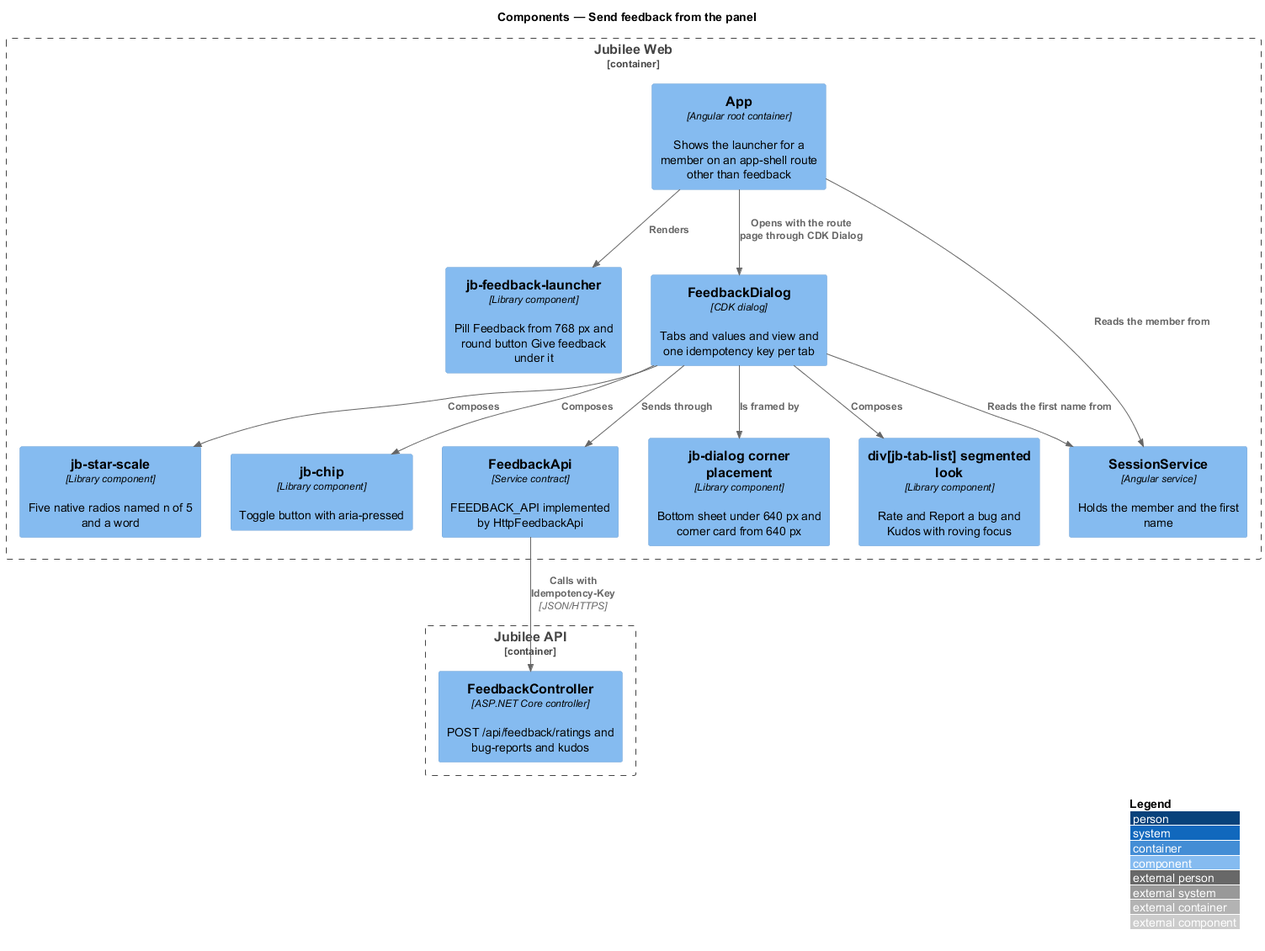
Earlier version of the PlantUML export docs/detailed-designs/feedback/send-feedback-from-panel/diagrams/c4-component.png (QuinntyneBrown/jubilee). The source it was exported from:
```plantuml
@startuml
!include <C4/C4_Component>
LAYOUT_WITH_LEGEND()
title Components — Send feedback from the panel

Container_Boundary(web, "Jubilee Web") {
  Component(app, "App", "Angular root container", "Shows the launcher for a member on an app-shell route other than feedback")
  Component(launcher, "jb-feedback-launcher", "Library component", "Pill Feedback from 768 px and round button Give feedback under it")
  Component(dialog, "FeedbackDialog", "CDK dialog", "Tabs and values and view and one idempotency key per tab")
  Component(frame, "jb-dialog corner placement", "Library component", "Bottom sheet under 640 px and corner card from 640 px")
  Component(tabs, "div[jb-tab-list] segmented look", "Library component", "Rate and Report a bug and Kudos with roving focus")
  Component(stars, "jb-star-scale", "Library component", "Five native radios named n of 5 and a word")
  Component(chips, "jb-chip", "Library component", "Toggle button with aria-pressed")
  Component(session, "SessionService", "Angular service", "Holds the member and the first name")
  Component(client, "FeedbackApi", "Service contract", "FEEDBACK_API implemented by HttpFeedbackApi")
}
Container_Boundary(api, "Jubilee API") {
  Component(ctrl, "FeedbackController", "ASP.NET Core controller", "POST /api/feedback/ratings and bug-reports and kudos")
}

Rel(app, launcher, "Renders")
Rel(app, session, "Reads the member from")
Rel(app, dialog, "Opens with the route page through CDK Dialog")
Rel(dialog, frame, "Is framed by")
Rel(dialog, tabs, "Composes")
Rel(dialog, stars, "Composes")
Rel(dialog, chips, "Composes")
Rel(dialog, session, "Reads the first name from")
Rel(dialog, client, "Sends through")
Rel(client, ctrl, "Calls with Idempotency-Key", "JSON/HTTPS")
@enduml
```
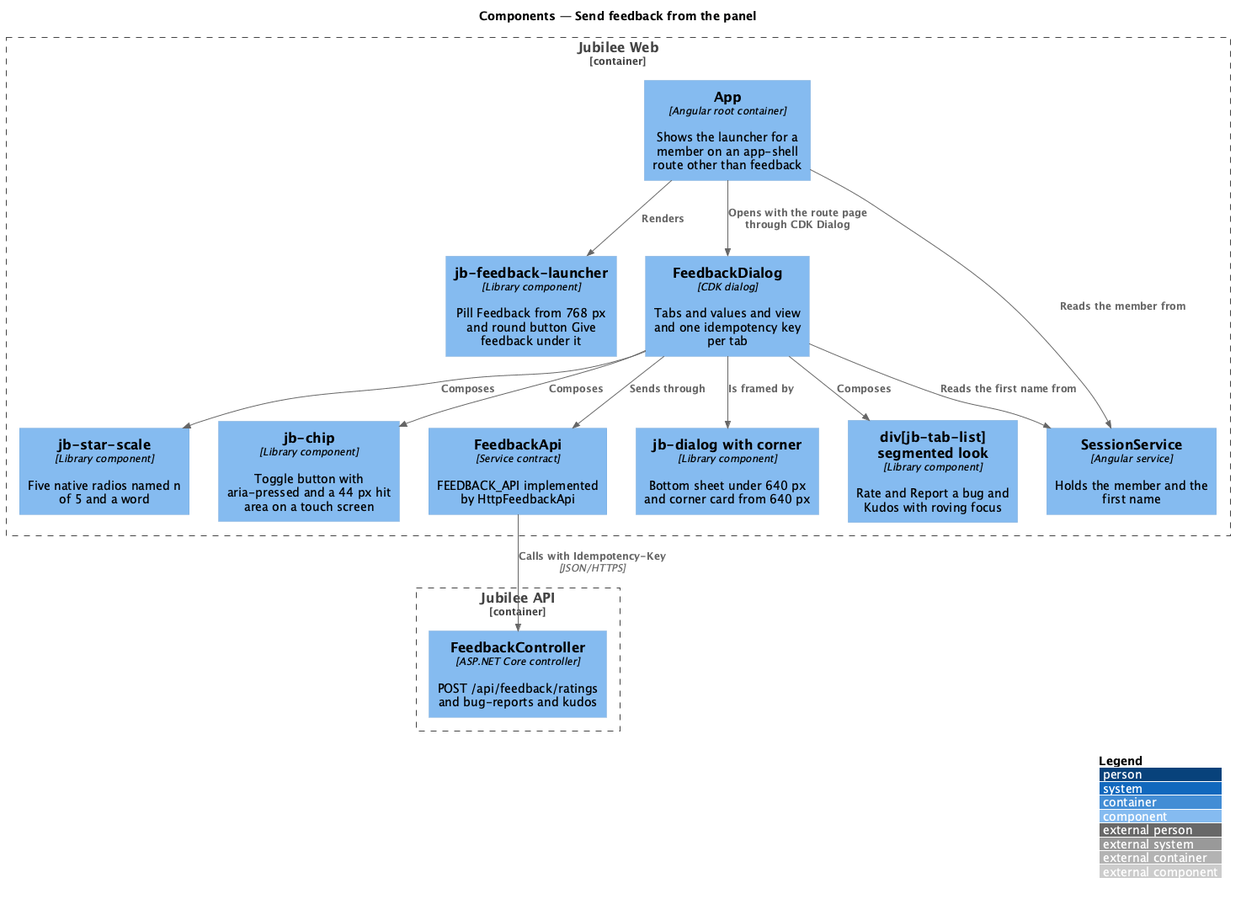
The same diagram one commit later.

Diff of the diagram source:
```diff
@@ -7,10 +7,10 @@
   Component(app, "App", "Angular root container", "Shows the launcher for a member on an app-shell route other than feedback")
   Component(launcher, "jb-feedback-launcher", "Library component", "Pill Feedback from 768 px and round button Give feedback under it")
   Component(dialog, "FeedbackDialog", "CDK dialog", "Tabs and values and view and one idempotency key per tab")
-  Component(frame, "jb-dialog corner placement", "Library component", "Bottom sheet under 640 px and corner card from 640 px")
+  Component(frame, "jb-dialog with corner", "Library component", "Bottom sheet under 640 px and corner card from 640 px")
   Component(tabs, "div[jb-tab-list] segmented look", "Library component", "Rate and Report a bug and Kudos with roving focus")
   Component(stars, "jb-star-scale", "Library component", "Five native radios named n of 5 and a word")
-  Component(chips, "jb-chip", "Library component", "Toggle button with aria-pressed")
+  Component(chips, "jb-chip", "Library component", "Toggle button with aria-pressed and a 44 px hit area on a touch screen")
   Component(session, "SessionService", "Angular service", "Holds the member and the first name")
   Component(client, "FeedbackApi", "Service contract", "FEEDBACK_API implemented by HttpFeedbackApi")
 }
```
